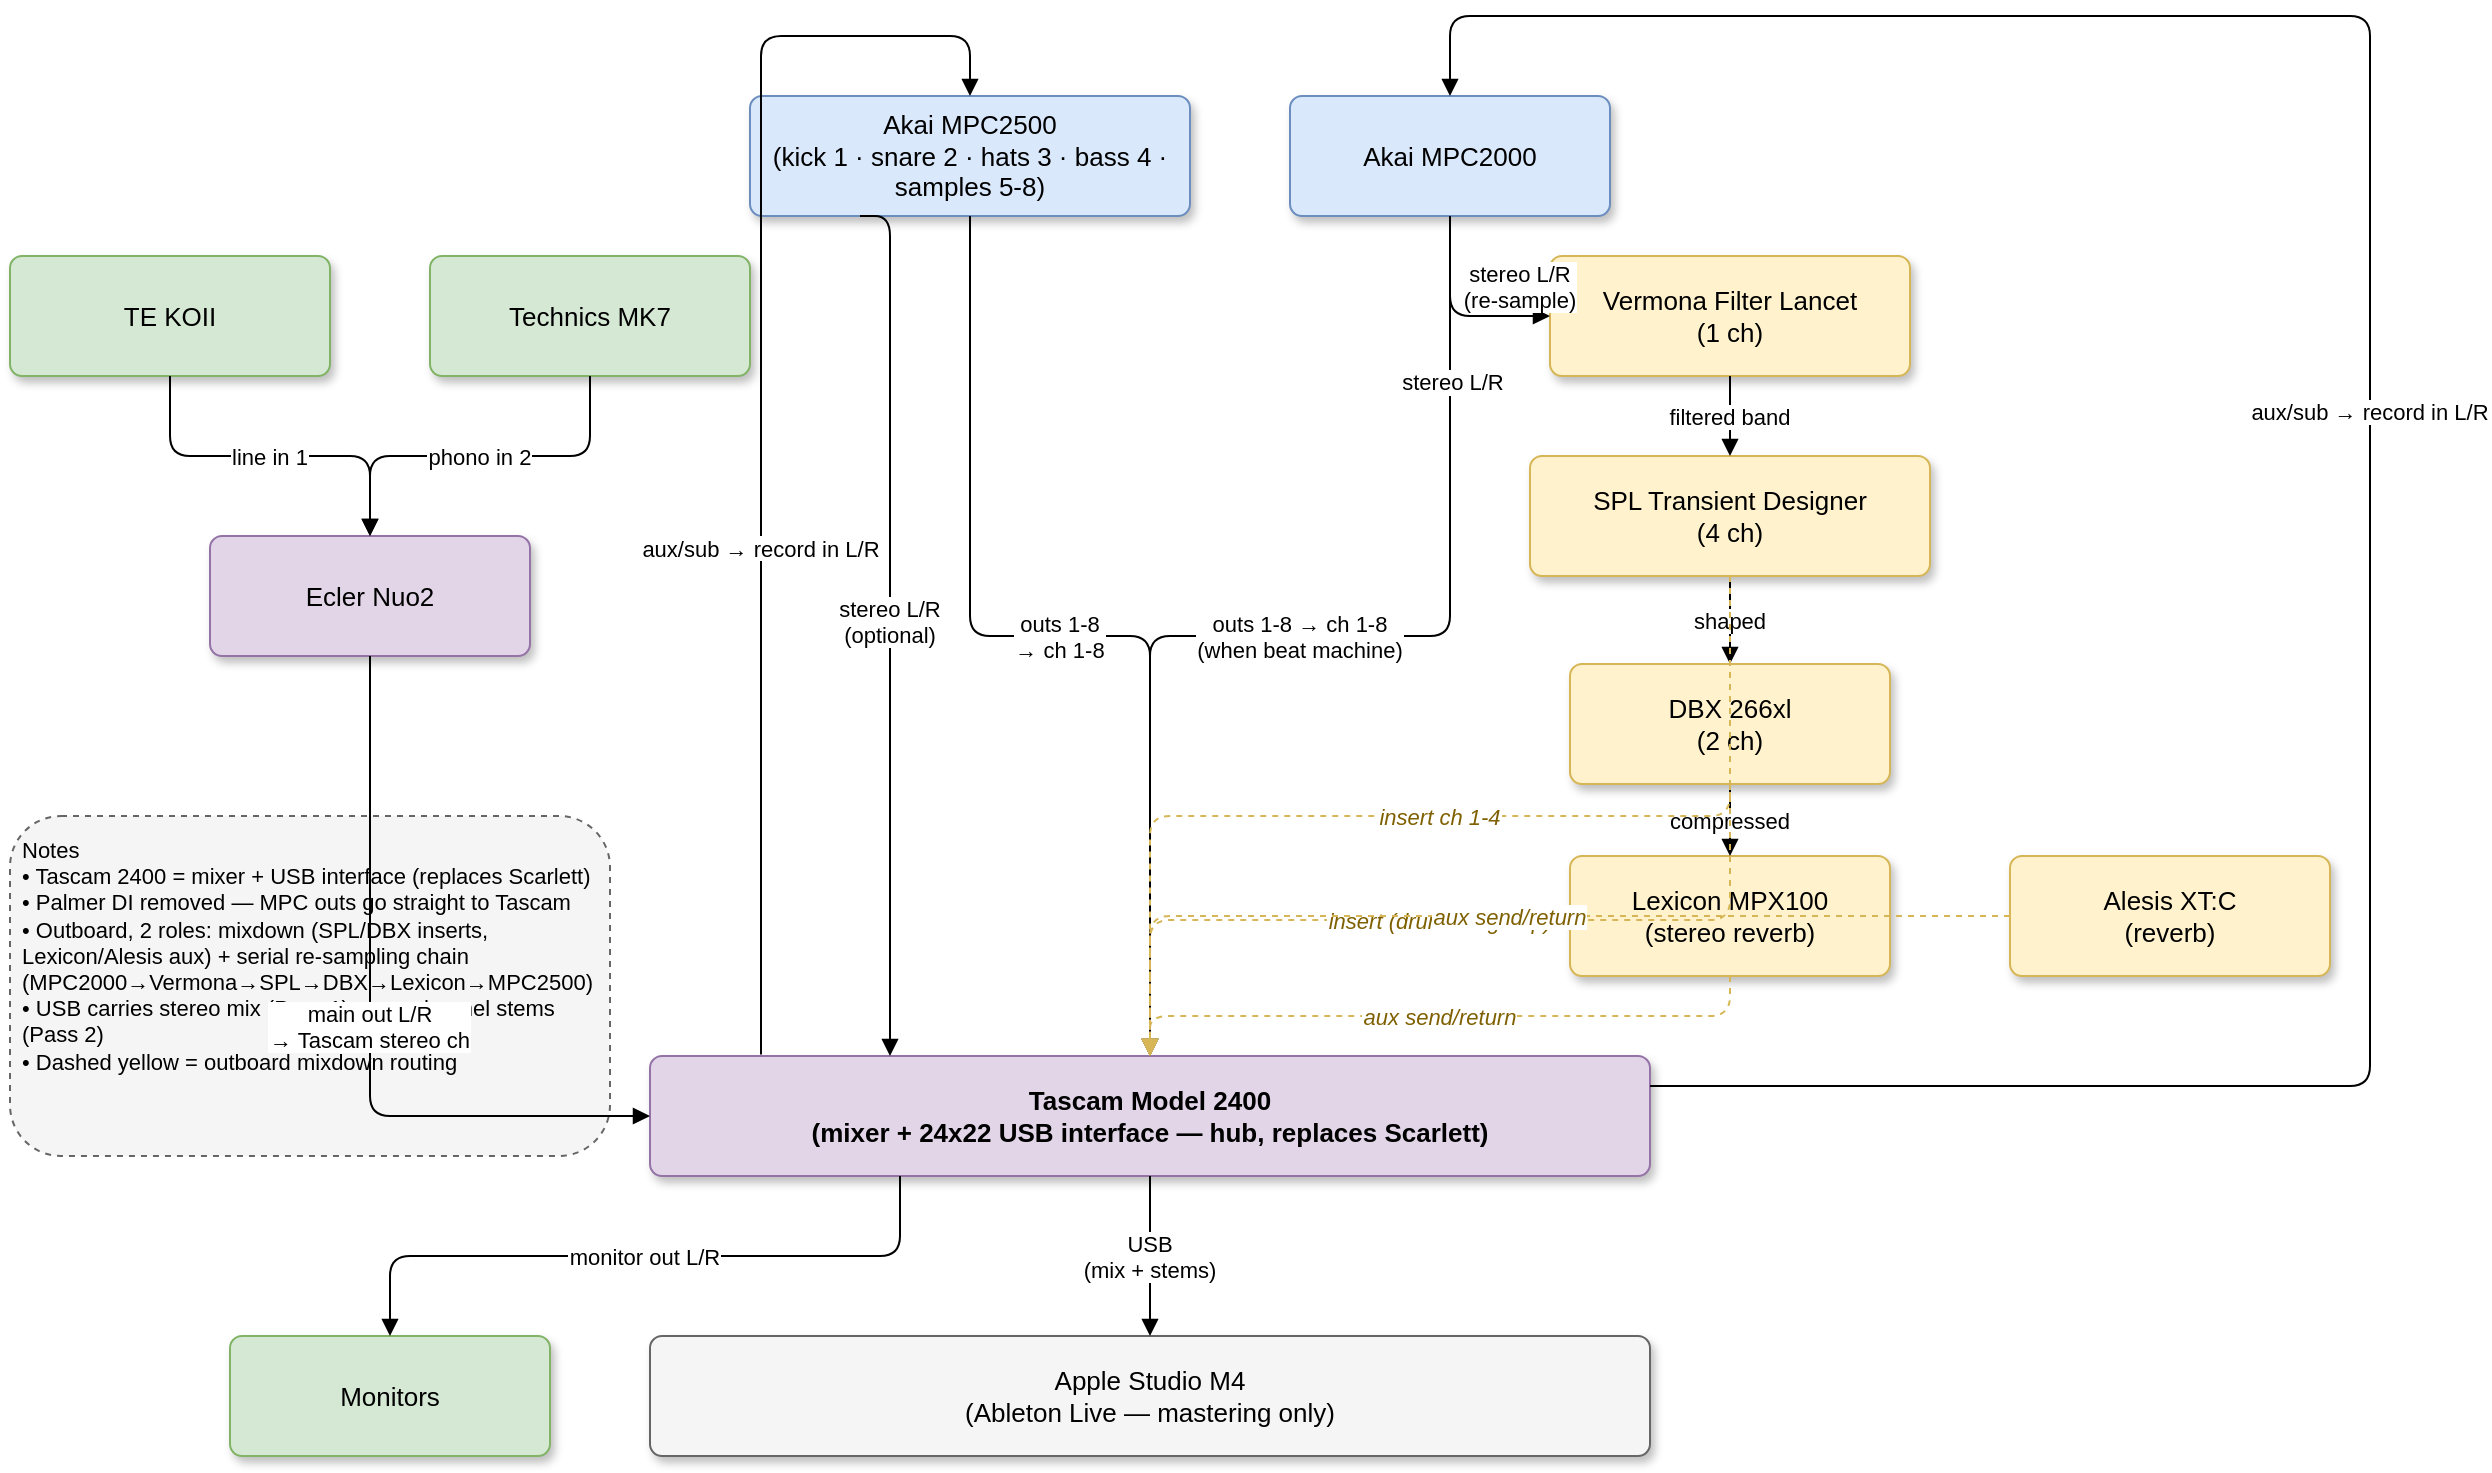
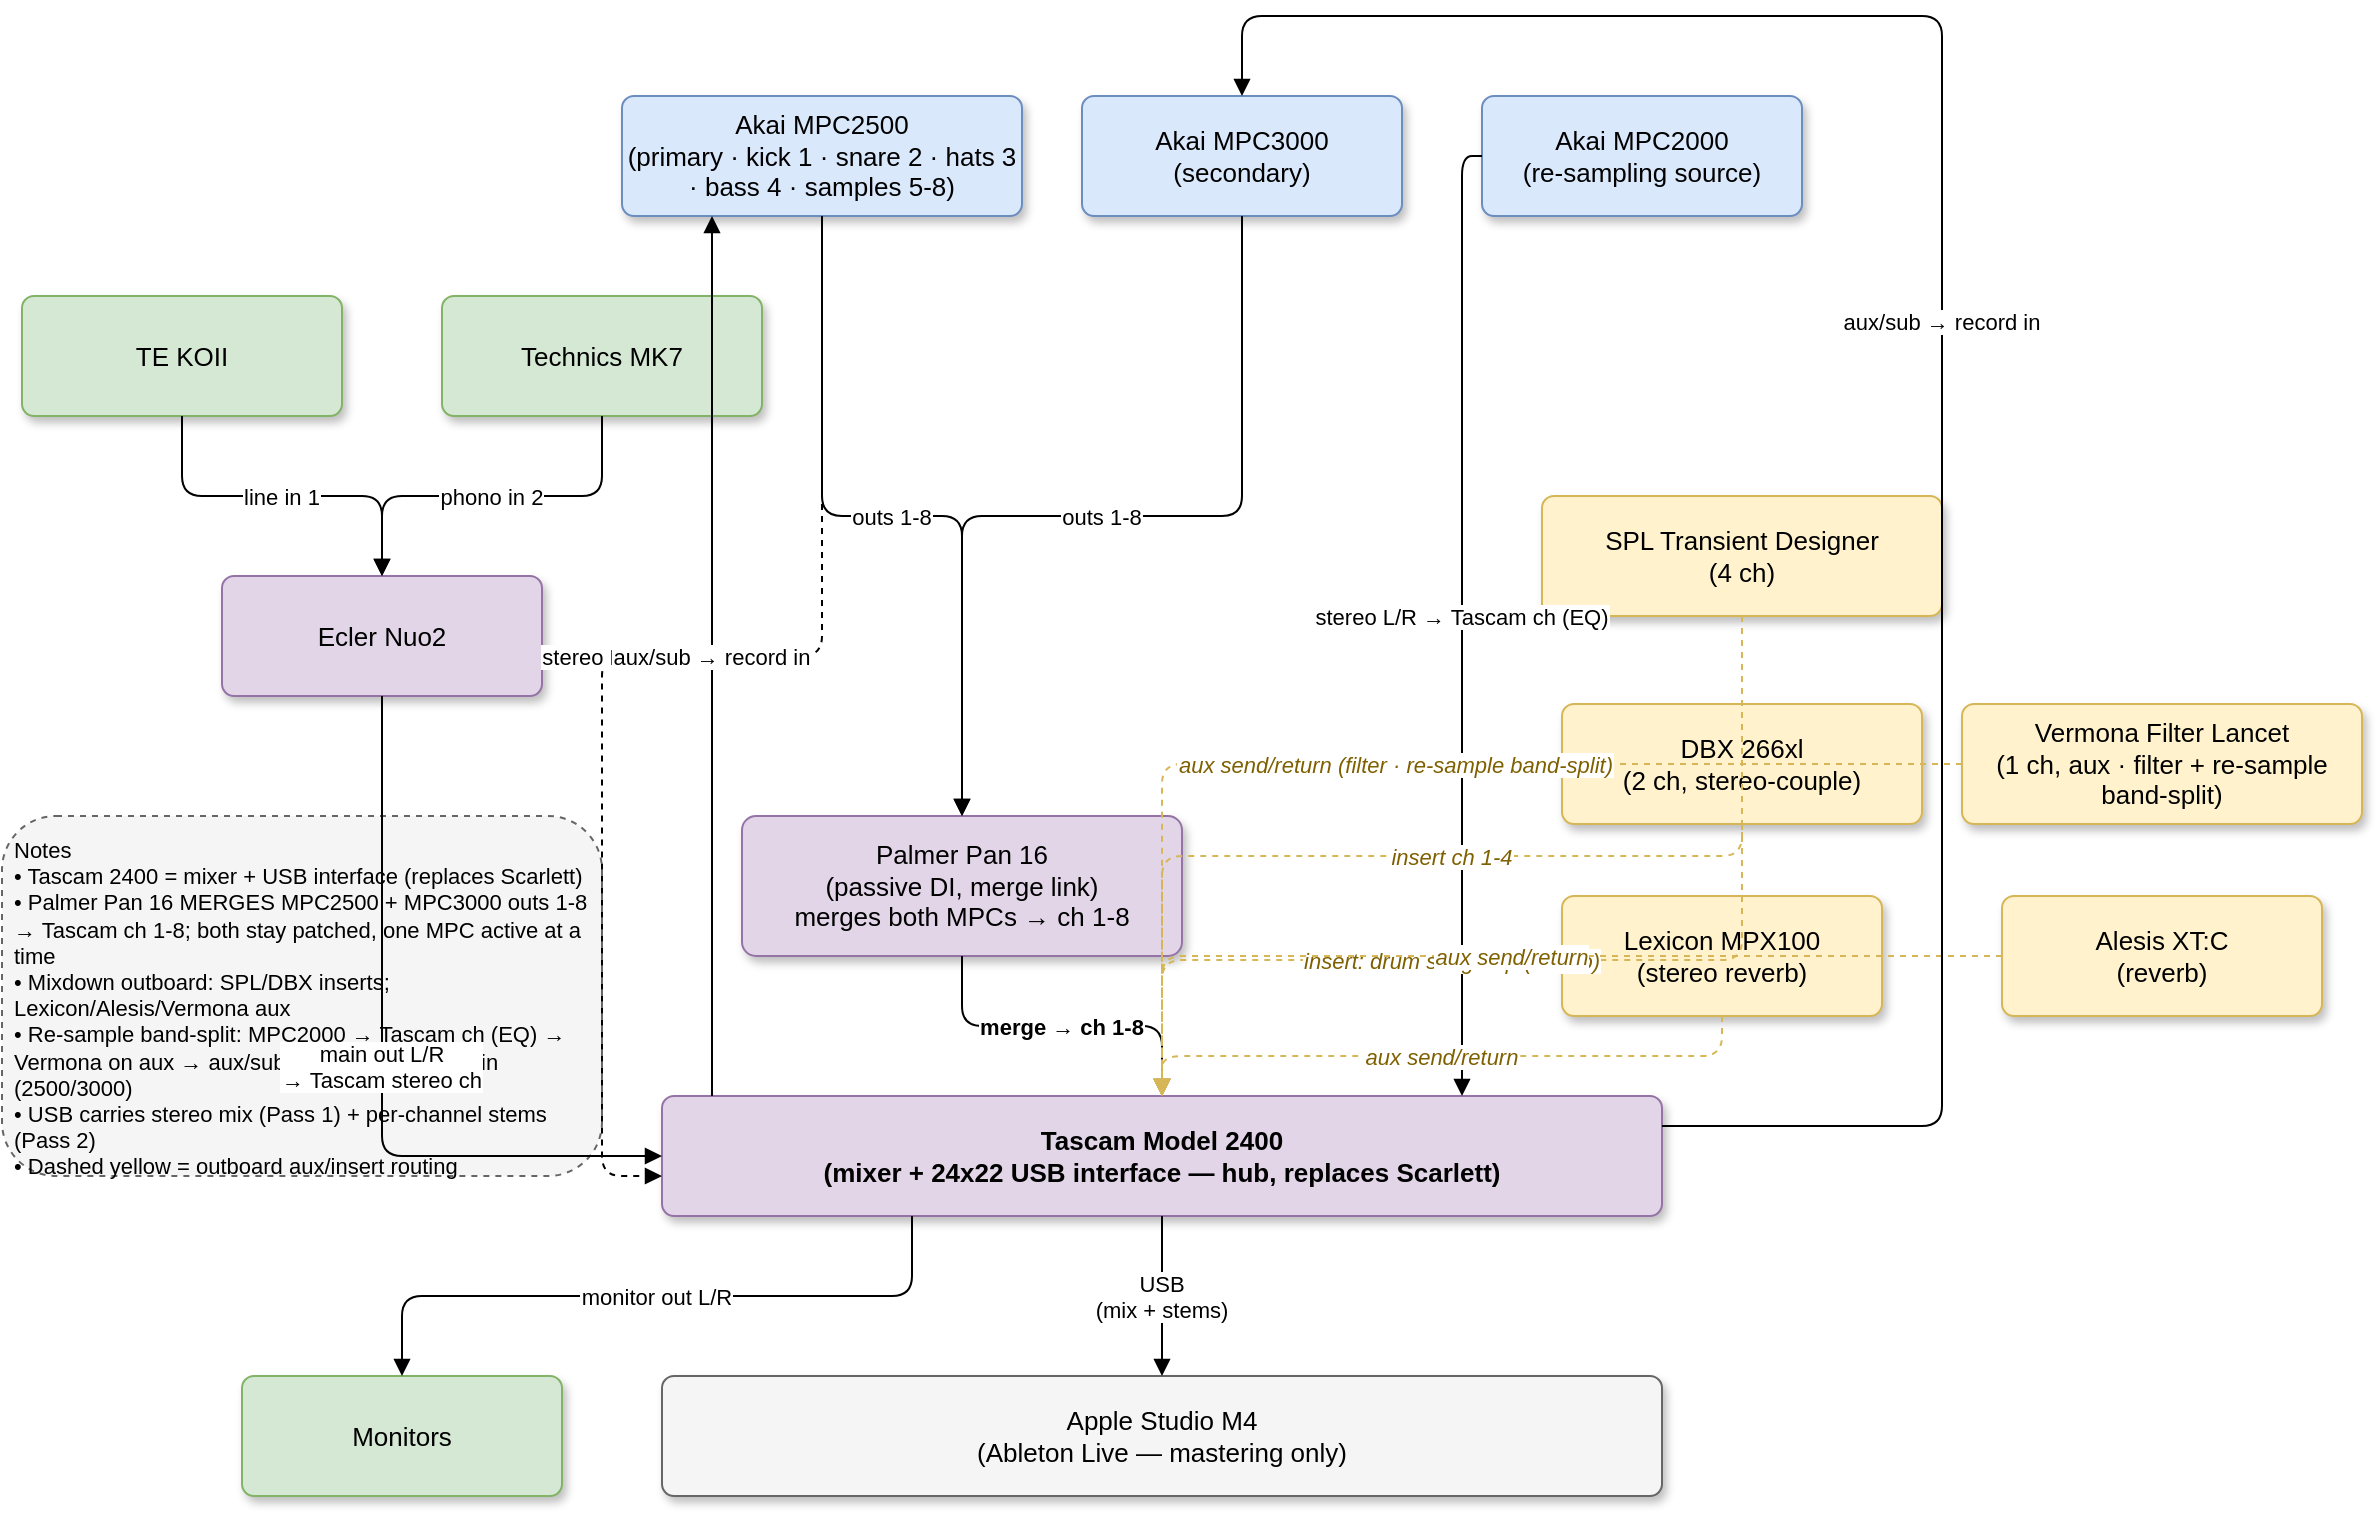
<mxfile host="Electron" agent="Mozilla/5.0 (Macintosh; Intel Mac OS X 10_15_7) AppleWebKit/537.36 (KHTML, like Gecko) draw.io/29.6.6 Chrome/144.0.7559.236 Electron/40.8.4 Safari/537.36" version="29.6.6">
  <diagram name="Overview" id="d1">
    <mxGraphModel dx="2670" dy="1086" grid="1" gridSize="10" guides="1" tooltips="1" connect="1" arrows="1" fold="1" page="1" pageScale="1" pageWidth="1169" pageHeight="827" math="0" shadow="0">
      <root>
        <mxCell id="0" />
        <mxCell id="1" parent="0" />
        <mxCell id="10" parent="1" style="rounded=1;whiteSpace=wrap;html=1;shadow=1;arcSize=10;fillColor=#d5e8d4;strokeColor=#82b366;fontColor=#000000;fontSize=13;fontStyle=0;" value="Technics MK7" vertex="1">
          <mxGeometry height="60" width="160" x="150" y="160" as="geometry" />
        </mxCell>
        <mxCell id="12" parent="1" style="rounded=1;whiteSpace=wrap;html=1;shadow=1;arcSize=10;fillColor=#d5e8d4;strokeColor=#82b366;fontColor=#000000;fontSize=13;fontStyle=0;" value="TE KOII" vertex="1">
          <mxGeometry height="60" width="160" x="-60" y="160" as="geometry" />
        </mxCell>
        <mxCell id="11" parent="1" style="rounded=1;whiteSpace=wrap;html=1;shadow=1;arcSize=10;fillColor=#e1d5e7;strokeColor=#9673a6;fontColor=#000000;fontSize=13;fontStyle=0;" value="Ecler Nuo2" vertex="1">
          <mxGeometry height="60" width="160" x="40" y="300" as="geometry" />
        </mxCell>
-         <mxCell id="20" parent="1" style="rounded=1;whiteSpace=wrap;html=1;shadow=1;arcSize=10;fillColor=#dae8fc;strokeColor=#6c8ebf;fontColor=#000000;fontSize=13;fontStyle=0;" value="Akai MPC2500&#xa;(kick 1 · snare 2 · hats 3 · bass 4 · samples 5-8)" vertex="1">
-           <mxGeometry height="60" width="220" x="310" y="80" as="geometry" />
+         <mxCell id="20" parent="1" style="rounded=1;whiteSpace=wrap;html=1;shadow=1;arcSize=10;fillColor=#dae8fc;strokeColor=#6c8ebf;fontColor=#000000;fontSize=13;fontStyle=0;" value="Akai MPC2500&#xa;(primary · kick 1 · snare 2 · hats 3 · bass 4 · samples 5-8)" vertex="1">
+           <mxGeometry height="60" width="200" x="240" y="60" as="geometry" />
        </mxCell>
-         <mxCell id="21" parent="1" style="rounded=1;whiteSpace=wrap;html=1;shadow=1;arcSize=10;fillColor=#dae8fc;strokeColor=#6c8ebf;fontColor=#000000;fontSize=13;fontStyle=0;" value="Akai MPC2000" vertex="1">
-           <mxGeometry height="60" width="160" x="580" y="80" as="geometry" />
+         <mxCell id="22" parent="1" style="rounded=1;whiteSpace=wrap;html=1;shadow=1;arcSize=10;fillColor=#dae8fc;strokeColor=#6c8ebf;fontColor=#000000;fontSize=13;fontStyle=0;" value="Akai MPC3000&#xa;(secondary)" vertex="1">
+           <mxGeometry height="60" width="160" x="470" y="60" as="geometry" />
        </mxCell>
-         <mxCell id="38" parent="1" style="rounded=1;whiteSpace=wrap;html=1;shadow=1;arcSize=10;fillColor=#fff2cc;strokeColor=#d6b656;fontColor=#000000;fontSize=13;fontStyle=0;" value="Vermona Filter Lancet&#xa;(1 ch)" vertex="1">
-           <mxGeometry height="60" width="180" x="710" y="160" as="geometry" />
+         <mxCell id="21" parent="1" style="rounded=1;whiteSpace=wrap;html=1;shadow=1;arcSize=10;fillColor=#dae8fc;strokeColor=#6c8ebf;fontColor=#000000;fontSize=13;fontStyle=0;" value="Akai MPC2000&#xa;(re-sampling source)" vertex="1">
+           <mxGeometry height="60" width="160" x="670" y="60" as="geometry" />
+         </mxCell>
+         <mxCell id="38" parent="1" style="rounded=1;whiteSpace=wrap;html=1;shadow=1;arcSize=10;fillColor=#fff2cc;strokeColor=#d6b656;fontColor=#000000;fontSize=13;fontStyle=0;" value="Vermona Filter Lancet&#xa;(1 ch, aux · filter + re-sample band-split)" vertex="1">
+           <mxGeometry height="60" width="200" x="910" y="364" as="geometry" />
        </mxCell>
        <mxCell id="35" parent="1" style="rounded=1;whiteSpace=wrap;html=1;shadow=1;arcSize=10;fillColor=#fff2cc;strokeColor=#d6b656;fontColor=#000000;fontSize=13;fontStyle=0;" value="SPL Transient Designer&#xa;(4 ch)" vertex="1">
          <mxGeometry height="60" width="200" x="700" y="260" as="geometry" />
        </mxCell>
-         <mxCell id="30" parent="1" style="rounded=1;whiteSpace=wrap;html=1;shadow=1;arcSize=10;fillColor=#fff2cc;strokeColor=#d6b656;fontColor=#000000;fontSize=13;fontStyle=0;" value="DBX 266xl&#xa;(2 ch)" vertex="1">
-           <mxGeometry height="60" width="160" x="720" y="364" as="geometry" />
+         <mxCell id="30" parent="1" style="rounded=1;whiteSpace=wrap;html=1;shadow=1;arcSize=10;fillColor=#fff2cc;strokeColor=#d6b656;fontColor=#000000;fontSize=13;fontStyle=0;" value="DBX 266xl&#xa;(2 ch, stereo-couple)" vertex="1">
+           <mxGeometry height="60" width="180" x="710" y="364" as="geometry" />
        </mxCell>
        <mxCell id="36" parent="1" style="rounded=1;whiteSpace=wrap;html=1;shadow=1;arcSize=10;fillColor=#fff2cc;strokeColor=#d6b656;fontColor=#000000;fontSize=13;fontStyle=0;" value="Lexicon MPX100&#xa;(stereo reverb)" vertex="1">
-           <mxGeometry height="60" width="160" x="720" y="460" as="geometry" />
+           <mxGeometry height="60" width="160" x="710" y="460" as="geometry" />
        </mxCell>
        <mxCell id="40" parent="1" style="rounded=1;whiteSpace=wrap;html=1;shadow=1;arcSize=10;fillColor=#fff2cc;strokeColor=#d6b656;fontColor=#000000;fontSize=13;fontStyle=0;" value="Alesis XT:C&#xa;(reverb)" vertex="1">
-           <mxGeometry height="60" width="160" x="940" y="460" as="geometry" />
+           <mxGeometry height="60" width="160" x="930" y="460" as="geometry" />
+         </mxCell>
+         <mxCell id="45" parent="1" style="rounded=1;whiteSpace=wrap;html=1;shadow=1;arcSize=10;fillColor=#e1d5e7;strokeColor=#9673a6;fontColor=#000000;fontSize=13;fontStyle=0;" value="Palmer Pan 16&#xa;(passive DI, merge link)&#xa;merges both MPCs → ch 1-8" vertex="1">
+           <mxGeometry height="70" width="220" x="300" y="420" as="geometry" />
        </mxCell>
        <mxCell id="50" parent="1" style="rounded=1;whiteSpace=wrap;html=1;shadow=1;arcSize=10;fillColor=#e1d5e7;strokeColor=#9673a6;fontColor=#000000;fontSize=13;fontStyle=1;" value="Tascam Model 2400&#xa;(mixer + 24x22 USB interface — hub, replaces Scarlett)" vertex="1">
          <mxGeometry height="60" width="500" x="260" y="560" as="geometry" />
        </mxCell>
        <mxCell id="60" parent="1" style="rounded=1;whiteSpace=wrap;html=1;shadow=1;arcSize=10;fillColor=#f5f5f5;strokeColor=#666666;fontColor=#000000;fontSize=13;fontStyle=0;" value="Apple Studio M4&#xa;(Ableton Live — mastering only)" vertex="1">
          <mxGeometry height="60" width="500" x="260" y="700" as="geometry" />
        </mxCell>
        <mxCell id="70" parent="1" style="rounded=1;whiteSpace=wrap;html=1;shadow=1;arcSize=10;fillColor=#d5e8d4;strokeColor=#82b366;fontColor=#000000;fontSize=13;fontStyle=0;" value="Monitors" vertex="1">
          <mxGeometry height="60" width="160" x="50" y="700" as="geometry" />
        </mxCell>
-         <mxCell id="note1" parent="1" style="rounded=1;whiteSpace=wrap;html=1;fillColor=#f5f5f5;strokeColor=#666666;fontColor=#000000;fontSize=11;align=left;verticalAlign=top;spacing=6;dashed=1;" value="Notes&#xa;• Tascam 2400 = mixer + USB interface (replaces Scarlett)&#xa;• Palmer DI removed — MPC outs go straight to Tascam&#xa;• Outboard, 2 roles: mixdown (SPL/DBX inserts, Lexicon/Alesis aux) + serial re-sampling chain (MPC2000→Vermona→SPL→DBX→Lexicon→MPC2500)&#xa;• USB carries stereo mix (Pass 1) + per-channel stems (Pass 2)&#xa;• Dashed yellow = outboard mixdown routing" vertex="1">
-           <mxGeometry height="170" width="300" x="-60" y="440" as="geometry" />
+         <mxCell id="note1" parent="1" style="rounded=1;whiteSpace=wrap;html=1;fillColor=#f5f5f5;strokeColor=#666666;fontColor=#000000;fontSize=11;align=left;verticalAlign=top;spacing=6;dashed=1;" value="Notes&#xa;• Tascam 2400 = mixer + USB interface (replaces Scarlett)&#xa;• Palmer Pan 16 MERGES MPC2500 + MPC3000 outs 1-8 → Tascam ch 1-8; both stay patched, one MPC active at a time&#xa;• Mixdown outboard: SPL/DBX inserts; Lexicon/Alesis/Vermona aux&#xa;• Re-sample band-split: MPC2000 → Tascam ch (EQ) → Vermona on aux → aux/sub out → MPC record-in (2500/3000)&#xa;• USB carries stereo mix (Pass 1) + per-channel stems (Pass 2)&#xa;• Dashed yellow = outboard aux/insert routing" vertex="1">
+           <mxGeometry height="180" width="300" x="-70" y="420" as="geometry" />
        </mxCell>
        <mxCell id="e1" edge="1" parent="1" source="10" style="edgeStyle=orthogonalEdgeStyle;rounded=1;orthogonalLoop=1;strokeColor=#000000;fontColor=#000000;fontSize=11;fontStyle=0;endArrow=block;endFill=1;shadow=0;" target="11" value="phono in 2">
          <mxGeometry relative="1" as="geometry" />
        </mxCell>
        <mxCell id="e1b" edge="1" parent="1" source="12" style="edgeStyle=orthogonalEdgeStyle;rounded=1;orthogonalLoop=1;strokeColor=#000000;fontColor=#000000;fontSize=11;fontStyle=0;endArrow=block;endFill=1;shadow=0;" target="11" value="line in 1">
          <mxGeometry relative="1" as="geometry" />
        </mxCell>
        <mxCell id="e2" edge="1" parent="1" source="11" style="edgeStyle=orthogonalEdgeStyle;rounded=1;orthogonalLoop=1;strokeColor=#000000;fontColor=#000000;fontSize=11;fontStyle=0;endArrow=block;endFill=1;shadow=0;" target="50" value="main out L/R&#xa;→ Tascam stereo ch">
          <mxGeometry relative="1" as="geometry">
            <Array as="points">
-               <mxPoint x="120" y="560" />
+               <mxPoint x="120" y="540" />
              <mxPoint x="120" y="590" />
            </Array>
          </mxGeometry>
        </mxCell>
-         <mxCell id="e3a" edge="1" parent="1" source="20" style="edgeStyle=orthogonalEdgeStyle;rounded=1;orthogonalLoop=1;strokeColor=#000000;fontColor=#000000;fontSize=11;fontStyle=0;endArrow=block;endFill=1;shadow=0;" target="50" value="outs 1-8&#xa;→ ch 1-8">
+         <mxCell id="e3a" edge="1" parent="1" source="20" style="edgeStyle=orthogonalEdgeStyle;rounded=1;orthogonalLoop=1;strokeColor=#000000;fontColor=#000000;fontSize=11;fontStyle=0;endArrow=block;endFill=1;shadow=0;" target="45" value="outs 1-8">
          <mxGeometry relative="1" as="geometry" />
        </mxCell>
-         <mxCell id="e4a" edge="1" parent="1" source="21" style="edgeStyle=orthogonalEdgeStyle;rounded=1;orthogonalLoop=1;strokeColor=#000000;fontColor=#000000;fontSize=11;fontStyle=0;endArrow=block;endFill=1;shadow=0;" target="50" value="outs 1-8 → ch 1-8&#xa;(when beat machine)">
+         <mxCell id="eP3" edge="1" parent="1" source="22" style="edgeStyle=orthogonalEdgeStyle;rounded=1;orthogonalLoop=1;strokeColor=#000000;fontColor=#000000;fontSize=11;fontStyle=0;endArrow=block;endFill=1;shadow=0;" target="45" value="outs 1-8">
          <mxGeometry relative="1" as="geometry" />
        </mxCell>
-         <mxCell id="e3s" edge="1" parent="1" source="20" style="edgeStyle=orthogonalEdgeStyle;rounded=1;orthogonalLoop=1;strokeColor=#000000;fontColor=#000000;fontSize=11;fontStyle=0;endArrow=block;endFill=1;shadow=0;exitX=0.25;exitY=1;exitDx=0;exitDy=0;" target="50" value="stereo L/R&#xa;(optional)">
+         <mxCell id="ePT" edge="1" parent="1" source="45" style="edgeStyle=orthogonalEdgeStyle;rounded=1;orthogonalLoop=1;strokeColor=#000000;fontColor=#000000;fontSize=11;fontStyle=1;endArrow=block;endFill=1;shadow=0;" target="50" value="merge → ch 1-8">
+           <mxGeometry relative="1" as="geometry" />
+         </mxCell>
+         <mxCell id="e3s" edge="1" parent="1" source="20" style="edgeStyle=orthogonalEdgeStyle;rounded=1;orthogonalLoop=1;strokeColor=#000000;fontColor=#000000;fontSize=11;fontStyle=0;endArrow=block;endFill=1;shadow=0;dashed=1;" target="50" value="stereo L/R (optional)">
          <mxGeometry relative="1" as="geometry">
            <Array as="points">
-               <mxPoint x="380" y="340" />
-               <mxPoint x="380" y="340" />
+               <mxPoint x="230" y="340" />
+               <mxPoint x="230" y="600" />
            </Array>
          </mxGeometry>
        </mxCell>
-         <mxCell id="efx1" edge="1" parent="1" source="21" style="edgeStyle=orthogonalEdgeStyle;rounded=1;orthogonalLoop=1;strokeColor=#000000;fontColor=#000000;fontSize=11;fontStyle=0;endArrow=block;endFill=1;shadow=0;exitX=0.5;exitY=1;exitDx=0;exitDy=0;" target="38" value="stereo L/R&#xa;(re-sample)">
-           <mxGeometry relative="1" x="0.7048" y="15" as="geometry">
-             <mxPoint as="offset" />
+         <mxCell id="esrc" edge="1" parent="1" source="21" style="edgeStyle=orthogonalEdgeStyle;rounded=1;orthogonalLoop=1;strokeColor=#000000;fontColor=#000000;fontSize=11;fontStyle=0;endArrow=block;endFill=1;shadow=0;" target="50" value="stereo L/R → Tascam ch (EQ)">
+           <mxGeometry relative="1" as="geometry">
            <Array as="points">
-               <mxPoint x="660" y="190" />
+               <mxPoint x="660" y="150" />
+               <mxPoint x="660" y="540" />
            </Array>
          </mxGeometry>
        </mxCell>
-         <mxCell id="TzeuNchovAV549coVqab-71" connectable="0" parent="efx1" style="edgeLabel;html=1;align=center;verticalAlign=middle;resizable=0;points=[];" value="stereo L/R" vertex="1">
-           <mxGeometry relative="1" x="-0.3589" y="1" as="geometry">
-             <mxPoint y="51" as="offset" />
-           </mxGeometry>
-         </mxCell>
-         <mxCell id="efx2" edge="1" parent="1" source="38" style="edgeStyle=orthogonalEdgeStyle;rounded=1;orthogonalLoop=1;strokeColor=#000000;fontColor=#000000;fontSize=11;fontStyle=0;endArrow=block;endFill=1;shadow=0;" target="35" value="filtered band">
-           <mxGeometry relative="1" as="geometry" />
-         </mxCell>
-         <mxCell id="efx3" edge="1" parent="1" source="35" style="edgeStyle=orthogonalEdgeStyle;rounded=1;orthogonalLoop=1;strokeColor=#000000;fontColor=#000000;fontSize=11;fontStyle=0;endArrow=block;endFill=1;shadow=0;" target="30" value="shaped">
-           <mxGeometry relative="1" as="geometry" />
-         </mxCell>
-         <mxCell id="efx4" edge="1" parent="1" source="30" style="edgeStyle=orthogonalEdgeStyle;rounded=1;orthogonalLoop=1;strokeColor=#000000;fontColor=#000000;fontSize=11;fontStyle=0;endArrow=block;endFill=1;shadow=0;" target="36" value="compressed">
+         <mxCell id="eaux3" edge="1" parent="1" source="38" style="edgeStyle=orthogonalEdgeStyle;rounded=1;orthogonalLoop=1;strokeColor=#d6b656;fontColor=#7f6000;fontSize=11;fontStyle=2;endArrow=block;endFill=1;shadow=0;dashed=1;" target="50" value="aux send/return (filter · re-sample band-split)">
          <mxGeometry relative="1" as="geometry" />
        </mxCell>
        <mxCell id="eins1" edge="1" parent="1" source="35" style="edgeStyle=orthogonalEdgeStyle;rounded=1;orthogonalLoop=1;strokeColor=#d6b656;fontColor=#7f6000;fontSize=11;fontStyle=2;endArrow=block;endFill=1;shadow=0;dashed=1;" target="50" value="insert ch 1-4">
          <mxGeometry relative="1" as="geometry" />
        </mxCell>
-         <mxCell id="eins2" edge="1" parent="1" source="30" style="edgeStyle=orthogonalEdgeStyle;rounded=1;orthogonalLoop=1;strokeColor=#d6b656;fontColor=#7f6000;fontSize=11;fontStyle=2;endArrow=block;endFill=1;shadow=0;dashed=1;" target="50" value="insert (drum subgroup)">
+         <mxCell id="eins2" edge="1" parent="1" source="30" style="edgeStyle=orthogonalEdgeStyle;rounded=1;orthogonalLoop=1;strokeColor=#d6b656;fontColor=#7f6000;fontSize=11;fontStyle=2;endArrow=block;endFill=1;shadow=0;dashed=1;" target="50" value="insert: drum subgroup (stereo)">
          <mxGeometry relative="1" as="geometry" />
        </mxCell>
        <mxCell id="eaux1" edge="1" parent="1" source="36" style="edgeStyle=orthogonalEdgeStyle;rounded=1;orthogonalLoop=1;strokeColor=#d6b656;fontColor=#7f6000;fontSize=11;fontStyle=2;endArrow=block;endFill=1;shadow=0;dashed=1;" target="50" value="aux send/return">
          <mxGeometry relative="1" as="geometry" />
        </mxCell>
        <mxCell id="eaux2" edge="1" parent="1" source="40" style="edgeStyle=orthogonalEdgeStyle;rounded=1;orthogonalLoop=1;strokeColor=#d6b656;fontColor=#7f6000;fontSize=11;fontStyle=2;endArrow=block;endFill=1;shadow=0;dashed=1;" target="50" value="aux send/return">
          <mxGeometry relative="1" as="geometry" />
        </mxCell>
        <mxCell id="e8" edge="1" parent="1" source="50" style="edgeStyle=orthogonalEdgeStyle;rounded=1;orthogonalLoop=1;strokeColor=#000000;fontColor=#000000;fontSize=11;fontStyle=0;endArrow=block;endFill=1;shadow=0;" target="60" value="USB&#xa;(mix + stems)">
          <mxGeometry relative="1" as="geometry" />
        </mxCell>
        <mxCell id="e9" edge="1" parent="1" source="50" style="edgeStyle=orthogonalEdgeStyle;rounded=1;orthogonalLoop=1;strokeColor=#000000;fontColor=#000000;fontSize=11;fontStyle=0;endArrow=block;endFill=1;shadow=0;exitX=0.25;exitY=1;exitDx=0;exitDy=0;" target="70" value="monitor out L/R">
          <mxGeometry relative="1" as="geometry" />
        </mxCell>
-         <mxCell id="e10" edge="1" parent="1" source="50" style="edgeStyle=orthogonalEdgeStyle;rounded=1;orthogonalLoop=1;strokeColor=#000000;fontColor=#000000;fontSize=11;fontStyle=0;endArrow=block;endFill=1;shadow=0;exitX=0.111;exitY=-0.012;exitDx=0;exitDy=0;exitPerimeter=0;" target="20" value="aux/sub → record in L/R">
-           <mxGeometry relative="1" x="-0.2124" as="geometry">
-             <mxPoint as="offset" />
+         <mxCell id="e10" edge="1" parent="1" source="50" style="edgeStyle=orthogonalEdgeStyle;rounded=1;orthogonalLoop=1;strokeColor=#000000;fontColor=#000000;fontSize=11;fontStyle=0;endArrow=block;endFill=1;shadow=0;exitX=0.05;exitY=0;exitDx=0;exitDy=0;" target="20" value="aux/sub → record in">
+           <mxGeometry relative="1" as="geometry">
            <Array as="points">
-               <mxPoint x="315" y="50" />
-               <mxPoint x="420" y="50" />
+               <mxPoint x="250" y="120" />
            </Array>
          </mxGeometry>
        </mxCell>
-         <mxCell id="e11" edge="1" parent="1" source="50" style="edgeStyle=orthogonalEdgeStyle;rounded=1;orthogonalLoop=1;strokeColor=#000000;fontColor=#000000;fontSize=11;fontStyle=0;endArrow=block;endFill=1;shadow=0;exitX=1;exitY=0.25;exitDx=0;exitDy=0;" target="21" value="aux/sub → record in L/R">
+         <mxCell id="e11" edge="1" parent="1" source="50" style="edgeStyle=orthogonalEdgeStyle;rounded=1;orthogonalLoop=1;strokeColor=#000000;fontColor=#000000;fontSize=11;fontStyle=0;endArrow=block;endFill=1;shadow=0;exitX=1;exitY=0.25;exitDx=0;exitDy=0;" target="22" value="aux/sub → record in">
          <mxGeometry relative="1" as="geometry">
            <Array as="points">
-               <mxPoint x="1120" y="575" />
-               <mxPoint x="1120" y="40" />
-               <mxPoint x="660" y="40" />
+               <mxPoint x="900" y="575" />
+               <mxPoint x="900" y="20" />
+               <mxPoint x="550" y="20" />
            </Array>
          </mxGeometry>
        </mxCell>
      </root>
    </mxGraphModel>
  </diagram>
</mxfile>
